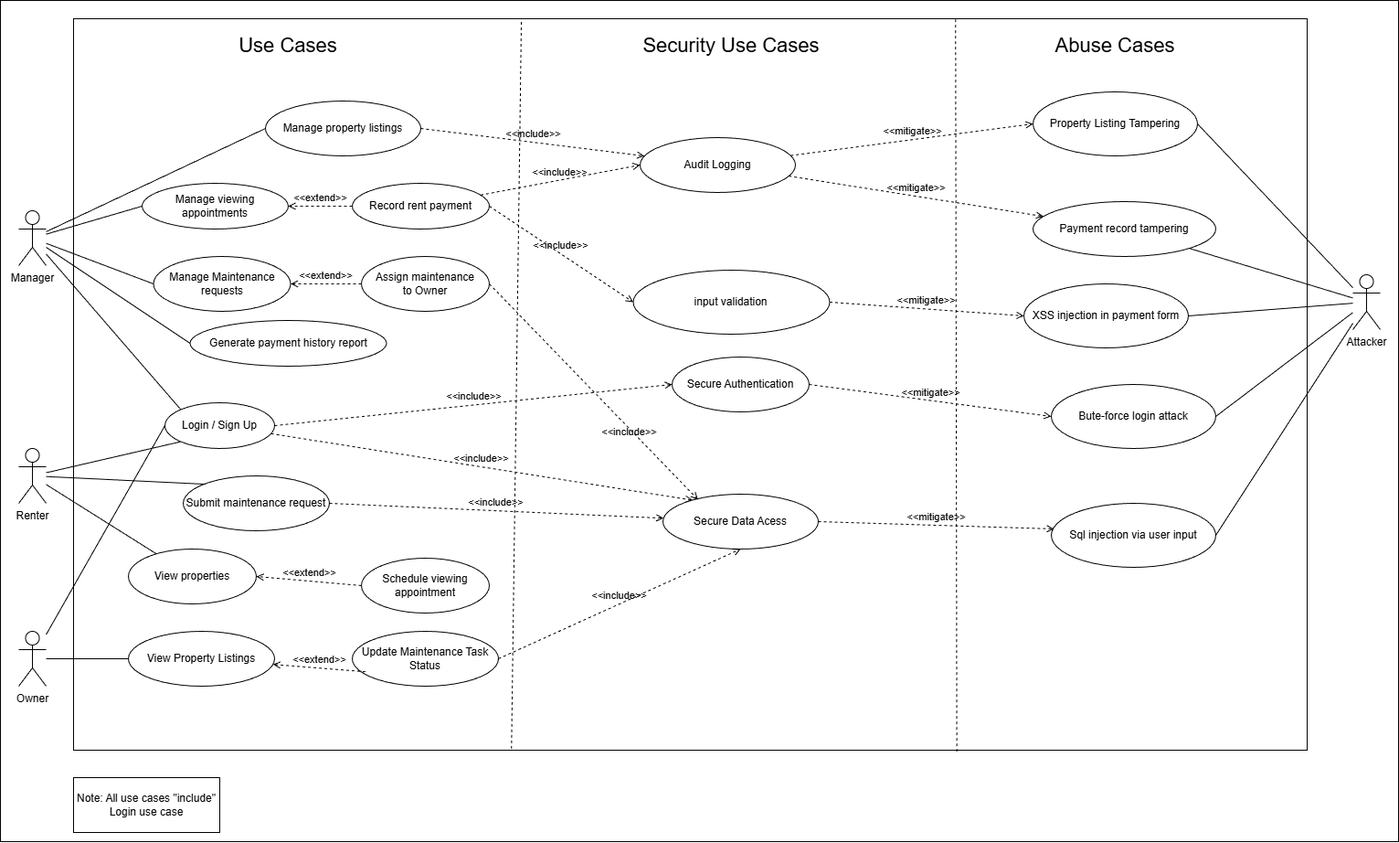
Earlier version of the draw.io export SSD_UseCaseDiagram_RealEstateProject.drawio.png (60106307/SSD_Assignment). Source tidied: cells renumbered, new cells last; positions are measured from the earlier drawing's top-left corner, leaving out a move shared by most shapes.
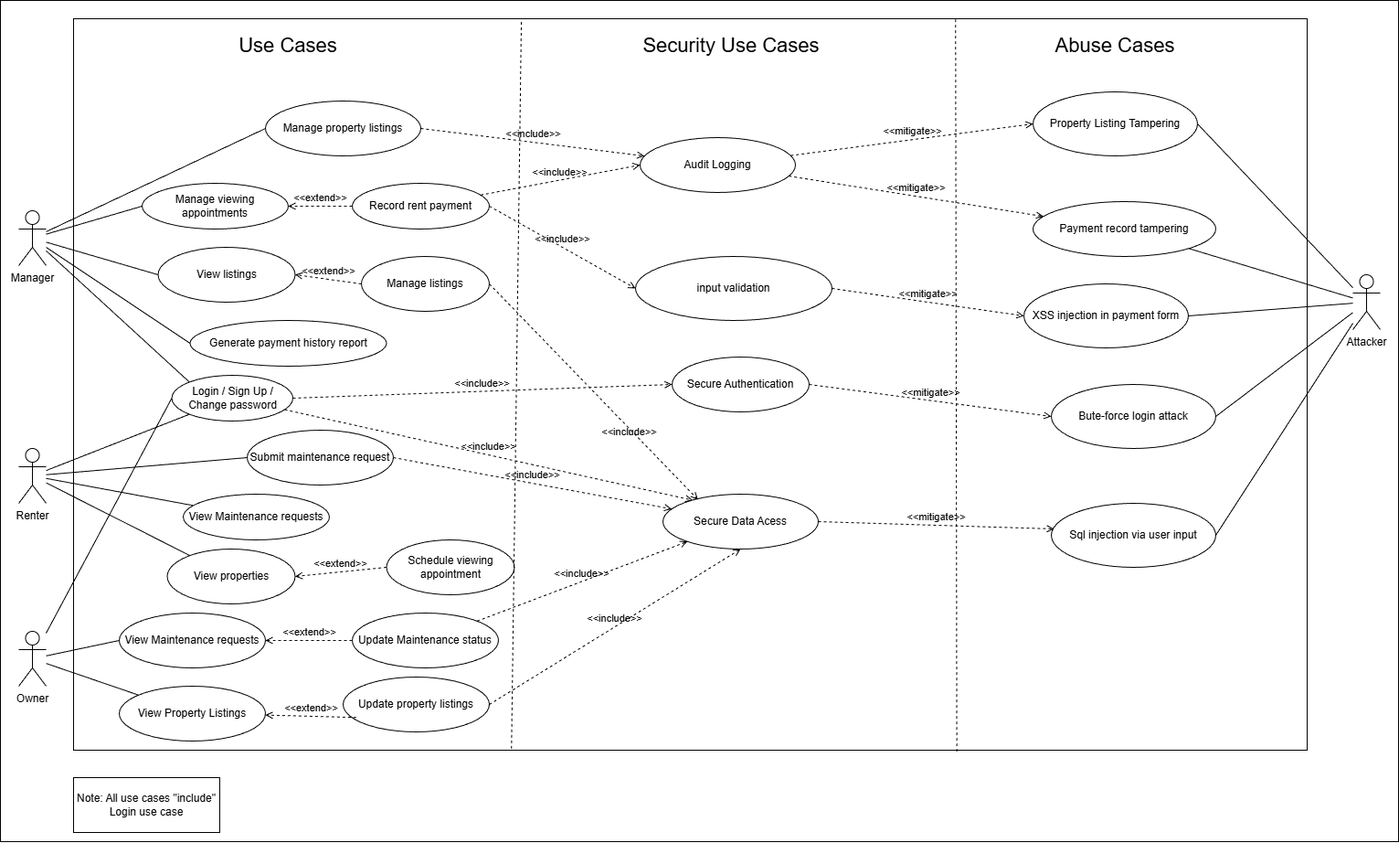
The same diagram one commit later.

The edit, as a diff of the source:
```diff
@@ -18,19 +18,19 @@
       <mxGeometry x="290" y="110" width="170" height="60" as="geometry" />
     </mxCell>
     <mxCell id="7" value="Submit maintenance request" style="ellipse;whiteSpace=wrap;html=1;" parent="1" vertex="1">
-      <mxGeometry x="200" y="520" width="160" height="60" as="geometry" />
+      <mxGeometry x="270" y="470" width="160" height="60" as="geometry" />
     </mxCell>
     <mxCell id="8" value="View properties" style="ellipse;whiteSpace=wrap;html=1;" parent="1" vertex="1">
-      <mxGeometry x="140" y="600" width="140" height="60" as="geometry" />
+      <mxGeometry x="182.5" y="600" width="140" height="60" as="geometry" />
     </mxCell>
     <mxCell id="9" value="Schedule viewing appointment" style="ellipse;whiteSpace=wrap;html=1;" parent="1" vertex="1">
-      <mxGeometry x="395" y="610" width="140" height="60" as="geometry" />
+      <mxGeometry x="422.5" y="590" width="140" height="60" as="geometry" />
     </mxCell>
-    <mxCell id="10" value="Assign maintenance to&amp;nbsp;&lt;span style=&quot;text-wrap-mode: nowrap;&quot;&gt;Owner&lt;/span&gt;" style="ellipse;whiteSpace=wrap;html=1;" parent="1" vertex="1">
+    <mxCell id="10" value="Manage listings" style="ellipse;whiteSpace=wrap;html=1;" parent="1" vertex="1">
       <mxGeometry x="395" y="280" width="140" height="60" as="geometry" />
     </mxCell>
-    <mxCell id="11" value="Manage Maintenance requests" style="ellipse;whiteSpace=wrap;html=1;" parent="1" vertex="1">
-      <mxGeometry x="167.5" y="280" width="150" height="60" as="geometry" />
+    <mxCell id="11" value="View listings" style="ellipse;whiteSpace=wrap;html=1;" parent="1" vertex="1">
+      <mxGeometry x="172.5" y="270" width="150" height="60" as="geometry" />
     </mxCell>
     <mxCell id="12" value="Record rent payment" style="ellipse;whiteSpace=wrap;html=1;" parent="1" vertex="1">
       <mxGeometry x="385" y="200" width="150" height="50" as="geometry" />
@@ -38,8 +38,8 @@
     <mxCell id="13" value="Generate payment history report" style="ellipse;whiteSpace=wrap;html=1;" parent="1" vertex="1">
       <mxGeometry x="207.5" y="350" width="215" height="50" as="geometry" />
     </mxCell>
-    <mxCell id="14" value="Login /&amp;nbsp;&lt;span style=&quot;background-color: transparent; color: light-dark(rgb(0, 0, 0), rgb(255, 255, 255));&quot;&gt;Sign Up&lt;/span&gt;" style="ellipse;whiteSpace=wrap;html=1;" parent="1" vertex="1">
-      <mxGeometry x="180" y="440" width="120" height="50" as="geometry" />
+    <mxCell id="14" value="Login /&amp;nbsp;&lt;span style=&quot;background-color: transparent; color: light-dark(rgb(0, 0, 0), rgb(255, 255, 255));&quot;&gt;Sign Up / Change password&lt;/span&gt;" style="ellipse;whiteSpace=wrap;html=1;" parent="1" vertex="1">
+      <mxGeometry x="187.5" y="410" width="132.5" height="50" as="geometry" />
     </mxCell>
     <mxCell id="15" value="Manage viewing appointments" style="ellipse;whiteSpace=wrap;html=1;" parent="1" vertex="1">
       <mxGeometry x="155" y="200" width="160" height="50" as="geometry" />
@@ -71,7 +71,7 @@
     <mxCell id="24" style="endArrow=none;html=1;rounded=0;" parent="1" edge="1" source="5" target="8">
       <mxGeometry relative="1" as="geometry" />
     </mxCell>
-    <mxCell id="25" style="endArrow=none;html=1;rounded=0;entryX=0;entryY=0;entryDx=0;entryDy=0;" parent="1" edge="1" source="5" target="7">
+    <mxCell id="25" style="endArrow=none;html=1;rounded=0;entryX=0;entryY=0.5;entryDx=0;entryDy=0;" parent="1" edge="1" source="5" target="7">
       <mxGeometry relative="1" as="geometry" />
     </mxCell>
     <mxCell id="26" value="&amp;lt;&amp;lt;extend&amp;gt;&amp;gt;" style="html=1;verticalAlign=bottom;labelBackgroundColor=none;endArrow=open;endFill=0;dashed=1;rounded=0;entryX=1;entryY=0.5;entryDx=0;entryDy=0;exitX=0;exitY=0.5;exitDx=0;exitDy=0;" parent="1" edge="1" source="9" target="8">
@@ -80,8 +80,8 @@
     <mxCell id="27" value="Owner" style="shape=umlActor;verticalLabelPosition=bottom;verticalAlign=top;html=1;outlineConnect=0;" parent="1" vertex="1">
       <mxGeometry x="20" y="690" width="30" height="60" as="geometry" />
     </mxCell>
-    <mxCell id="28" value="Update Maintenance Task Status" style="ellipse;whiteSpace=wrap;html=1;" parent="1" vertex="1">
-      <mxGeometry x="385" y="690" width="160" height="60" as="geometry" />
+    <mxCell id="28" value="Update property listings" style="ellipse;whiteSpace=wrap;html=1;" parent="1" vertex="1">
+      <mxGeometry x="375" y="740" width="160" height="60" as="geometry" />
     </mxCell>
     <mxCell id="29" value="Note: All use cases &quot;include&quot; Login use case" style="rounded=0;whiteSpace=wrap;html=1;" parent="1" vertex="1">
       <mxGeometry x="80" y="850" width="160" height="60" as="geometry" />
@@ -111,7 +111,7 @@
       <mxGeometry x="725" y="540" width="170" height="60" as="geometry" />
     </mxCell>
     <mxCell id="38" value="input validation" style="ellipse;whiteSpace=wrap;html=1;" parent="1" vertex="1">
-      <mxGeometry x="692.5" y="295" width="215" height="70" as="geometry" />
+      <mxGeometry x="695" y="280" width="215" height="70" as="geometry" />
     </mxCell>
     <mxCell id="39" style="endArrow=none;dashed=1;html=1;rounded=0;entryX=0.715;entryY=0.001;entryDx=0;entryDy=0;exitX=0.716;exitY=1.002;exitDx=0;exitDy=0;entryPerimeter=0;exitPerimeter=0;" parent="1" edge="1" source="3" target="3">
       <mxGeometry relative="1" as="geometry" />
@@ -186,7 +186,7 @@
       <mxGeometry relative="1" as="geometry" />
     </mxCell>
     <mxCell id="63" value="View Property Listings" style="ellipse;whiteSpace=wrap;html=1;" parent="1" vertex="1">
-      <mxGeometry x="140" y="690" width="160" height="60" as="geometry" />
+      <mxGeometry x="130" y="750" width="160" height="60" as="geometry" />
     </mxCell>
     <mxCell id="64" value="&amp;lt;&amp;lt;extend&amp;gt;&amp;gt;" style="html=1;verticalAlign=bottom;labelBackgroundColor=none;endArrow=open;endFill=0;dashed=1;rounded=0;exitX=0.09;exitY=0.737;exitDx=0;exitDy=0;exitPerimeter=0;" parent="1" edge="1" source="28" target="63">
       <mxGeometry relative="1" as="geometry" />
@@ -197,5 +197,26 @@
     <mxCell id="66" value="&amp;lt;&amp;lt;mitigate&lt;span style=&quot;background-color: transparent; color: light-dark(rgb(0, 0, 0), rgb(255, 255, 255));&quot;&gt;&amp;gt;&amp;gt;&lt;/span&gt;" style="html=1;verticalAlign=bottom;labelBackgroundColor=none;endArrow=open;endFill=0;dashed=1;rounded=0;entryX=0;entryY=0.5;entryDx=0;entryDy=0;" parent="1" edge="1" source="54" target="41">
       <mxGeometry relative="1" as="geometry" />
     </mxCell>
+    <mxCell id="67" value="View Maintenance requests" style="ellipse;whiteSpace=wrap;html=1;" parent="1" vertex="1">
+      <mxGeometry x="200" y="540" width="160" height="50" as="geometry" />
+    </mxCell>
+    <mxCell id="68" style="endArrow=none;html=1;rounded=0;" parent="1" edge="1" source="5" target="67">
+      <mxGeometry relative="1" as="geometry" />
+    </mxCell>
+    <mxCell id="69" value="View Maintenance requests" style="ellipse;whiteSpace=wrap;html=1;" parent="1" vertex="1">
+      <mxGeometry x="130" y="670" width="160" height="60" as="geometry" />
+    </mxCell>
+    <mxCell id="70" value="Update Maintenance status" style="ellipse;whiteSpace=wrap;html=1;" parent="1" vertex="1">
+      <mxGeometry x="385" y="670" width="160" height="60" as="geometry" />
+    </mxCell>
+    <mxCell id="71" value="&amp;lt;&amp;lt;extend&amp;gt;&amp;gt;" style="html=1;verticalAlign=bottom;labelBackgroundColor=none;endArrow=open;endFill=0;dashed=1;rounded=0;exitX=0;exitY=0.5;exitDx=0;exitDy=0;entryX=1;entryY=0.5;entryDx=0;entryDy=0;" parent="1" edge="1" source="70" target="69">
+      <mxGeometry relative="1" as="geometry" />
+    </mxCell>
+    <mxCell id="72" style="endArrow=none;html=1;rounded=0;entryX=0;entryY=0.5;entryDx=0;entryDy=0;" parent="1" edge="1" source="27" target="69">
+      <mxGeometry relative="1" as="geometry" />
+    </mxCell>
+    <mxCell id="73" value="&amp;lt;&amp;lt;include&amp;gt;&amp;gt;" style="html=1;verticalAlign=bottom;labelBackgroundColor=none;endArrow=open;endFill=0;dashed=1;rounded=0;" parent="1" edge="1" source="70" target="37">
+      <mxGeometry relative="1" as="geometry" />
+    </mxCell>
   </root>
 </mxGraphModel>
```
